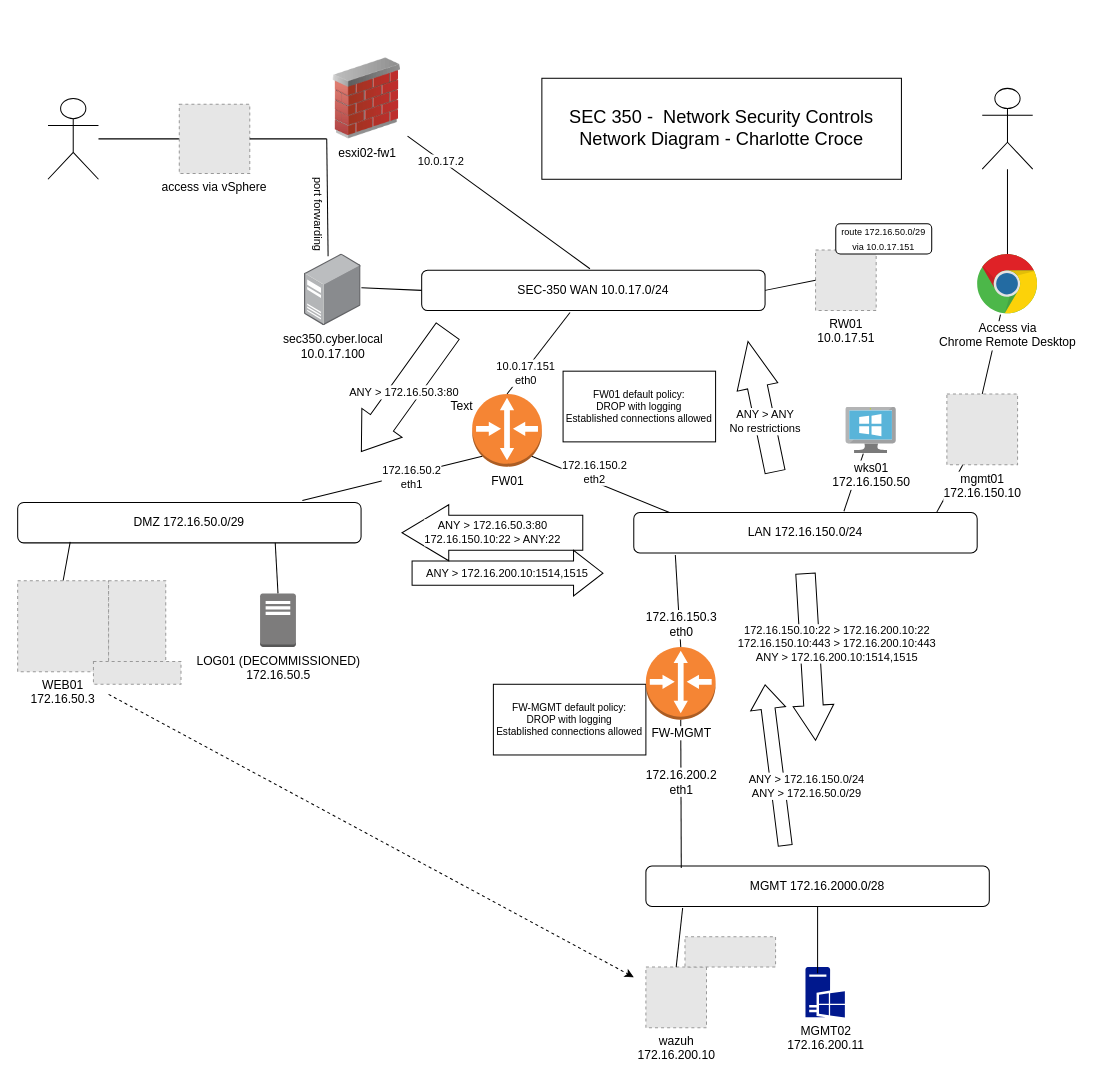
The draw.io diagram net-sec-controls-sec350/SEC350_network-diagram.drawio in charlottecroce/ChamplainTechJournals, before the edit. Source tidied: cells renumbered, new cells numbered last; positions are measured from the earlier drawing's top-left corner, leaving out a move shared by most shapes. Both pictures are drawn from the tidied source at 101%, with x=0, y=0 at pixel (17, 58). Pictures stored in the file or linked from it are replaced by grey dashed boxes.
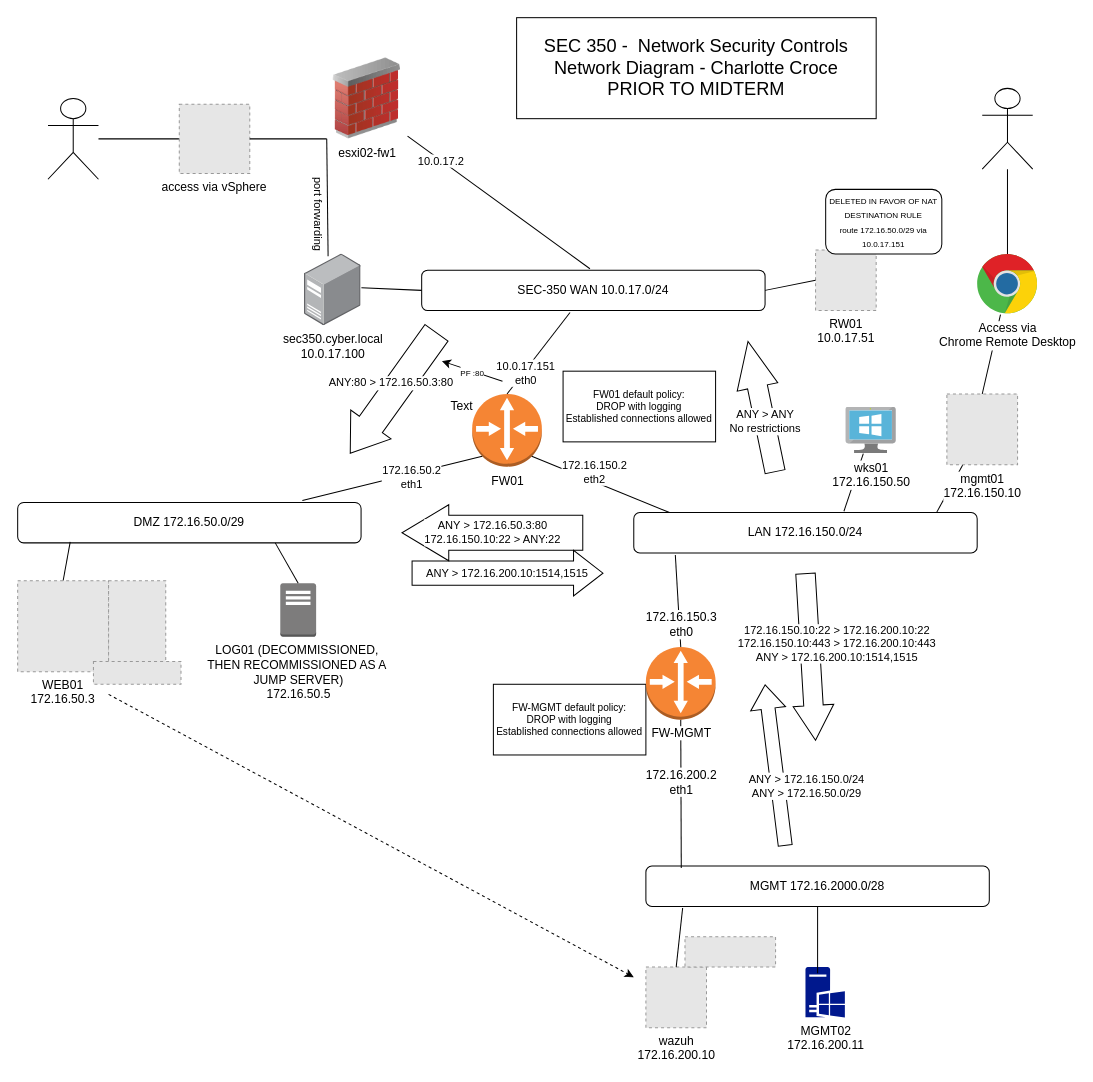
Above is the later version.

What changed in the source:
```diff
@@
-    <mxCell id="10" value="LOG01 (DECOMMISSIONED)&lt;br&gt;&lt;div&gt;172.16.50.5&lt;/div&gt;" style="outlineConnect=0;dashed=0;verticalLabelPosition=bottom;verticalAlign=top;align=center;html=1;shape=mxgraph.aws3.traditional_server;fillColor=#7D7C7C;gradientColor=none;" parent="1" vertex="1">
-      <mxGeometry x="240" y="530" width="35.5" height="53" as="geometry" />
+    <mxCell id="10" value="LOG01 (DECOMMISSIONED,&amp;nbsp;&lt;div&gt;THEN RECOMMISSIONED AS A&amp;nbsp;&lt;/div&gt;&lt;div&gt;JUMP SERVER)&lt;br&gt;&lt;div&gt;172.16.50.5&lt;/div&gt;&lt;/div&gt;" style="outlineConnect=0;dashed=0;verticalLabelPosition=bottom;verticalAlign=top;align=center;html=1;shape=mxgraph.aws3.traditional_server;fillColor=#7D7C7C;gradientColor=none;" parent="1" vertex="1">
+      <mxGeometry x="260" y="520" width="35.5" height="53" as="geometry" />
     </mxCell>
@@
-    <mxCell id="35" value="ANY &gt; 172.16.50.3:80" style="shape=flexArrow;endArrow=classic;rounded=0;endSize=11.33;strokeWidth=1;sourcePerimeterSpacing=0;startSize=6;width=28;horizontal=1;labelBackgroundColor=default;" parent="1" edge="1">
-      <mxGeometry relative="1" as="geometry">
-        <mxPoint x="426" y="270" as="sourcePoint" />
-        <mxPoint x="340" y="390" as="targetPoint" />
+    <mxCell id="35" value="ANY:80 &gt; 172.16.50.3:80" style="shape=flexArrow;endArrow=classic;rounded=0;endSize=11.33;strokeWidth=1;sourcePerimeterSpacing=0;startSize=6;width=28;horizontal=1;labelBackgroundColor=default;" parent="1" edge="1">
+      <mxGeometry x="-0.11" y="-8" relative="1" as="geometry">
+        <mxPoint x="415" y="271.6" as="sourcePoint" />
+        <mxPoint x="329" y="391.6" as="targetPoint" />
       </mxGeometry>
     </mxCell>
@@
-    <mxCell id="53" value="&lt;div&gt;&lt;font style=&quot;font-size: 18px;&quot;&gt;SEC 350 -&amp;nbsp; Network Security Controls&lt;/font&gt;&lt;/div&gt;&lt;div&gt;&lt;font style=&quot;&quot;&gt;&lt;font style=&quot;font-size: 18px;&quot;&gt;Network Diagram - Charlotte Croce&lt;/font&gt;&lt;font style=&quot;font-size: 16px;&quot;&gt;&lt;br&gt;&lt;/font&gt;&lt;/font&gt;&lt;/div&gt;" style="rounded=0;whiteSpace=wrap;html=1;" parent="1" vertex="1">
-      <mxGeometry x="519" y="20" width="356" height="100" as="geometry" />
+    <mxCell id="53" value="&lt;div&gt;&lt;font style=&quot;font-size: 18px;&quot;&gt;SEC 350 -&amp;nbsp; Network Security Controls&lt;/font&gt;&lt;/div&gt;&lt;div&gt;&lt;font style=&quot;&quot;&gt;&lt;font style=&quot;font-size: 18px;&quot;&gt;Network Diagram - Charlotte Croce&lt;/font&gt;&lt;font style=&quot;font-size: 16px;&quot;&gt;&lt;br&gt;&lt;/font&gt;&lt;/font&gt;&lt;/div&gt;&lt;div&gt;&lt;font style=&quot;&quot;&gt;&lt;font style=&quot;font-size: 18px;&quot;&gt;PRIOR TO MIDTERM&lt;/font&gt;&lt;/font&gt;&lt;/div&gt;" style="rounded=0;whiteSpace=wrap;html=1;" parent="1" vertex="1">
+      <mxGeometry x="494" y="-40" width="356" height="100" as="geometry" />
     </mxCell>
@@
-    <mxCell id="61" value="&lt;font style=&quot;font-size: 9px;&quot;&gt;route 172.16.50.0/29 via 10.0.17.151&lt;/font&gt;" style="rounded=1;whiteSpace=wrap;html=1;" parent="1" vertex="1">
-      <mxGeometry x="810" y="164" width="95" height="30" as="geometry" />
+    <mxCell id="61" value="&lt;div&gt;&lt;font style=&quot;font-size: 8px;&quot;&gt;DELETED IN FAVOR OF NAT DESTINATION RULE&lt;/font&gt;&lt;/div&gt;&lt;font style=&quot;font-size: 8px;&quot;&gt;route 172.16.50.0/29 via 10.0.17.151&lt;/font&gt;" style="rounded=1;whiteSpace=wrap;html=1;" parent="1" vertex="1">
+      <mxGeometry x="800" y="130" width="115" height="64" as="geometry" />
     </mxCell>
@@
+    <mxCell id="64" style="endArrow=classic;html=1;rounded=0;" parent="1" edge="1">
+      <mxGeometry relative="1" as="geometry">
+        <mxPoint x="480" y="320" as="sourcePoint" />
+        <mxPoint x="420" y="300" as="targetPoint" />
+      </mxGeometry>
+    </mxCell>
+    <mxCell id="65" value="&lt;font style=&quot;font-size: 8px;&quot;&gt;PF :80&lt;/font&gt;" style="edgeLabel;html=1;align=center;verticalAlign=middle;" parent="64" vertex="1">
+      <mxGeometry x="0.05" y="3" relative="1" as="geometry">
+        <mxPoint x="2" y="-2" as="offset" />
+      </mxGeometry>
+    </mxCell>
```
